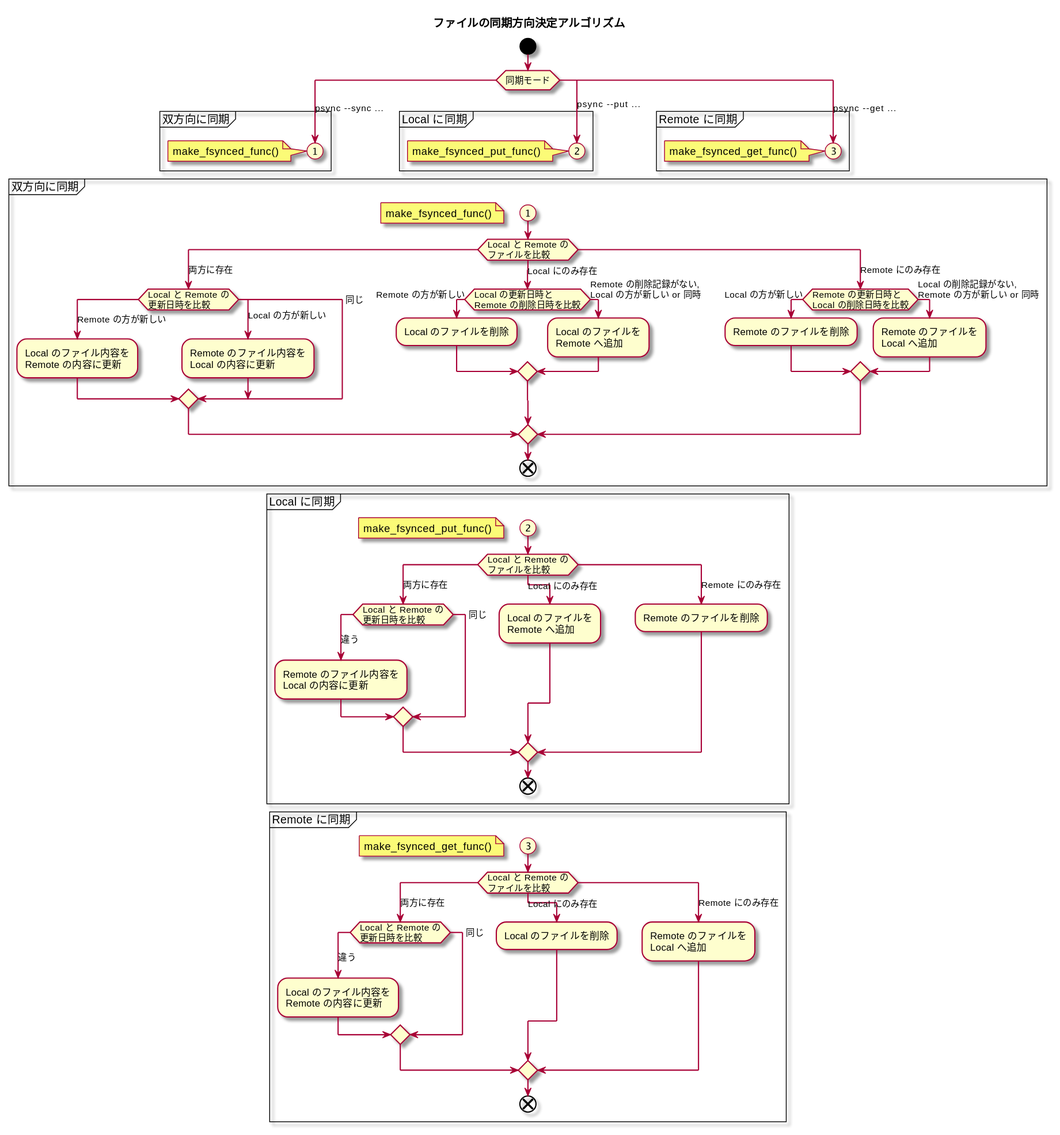
The PlantUML diagram doc/psyncMode.svg in kobayasy/pSync, before a commit. Its diagram source:
```plantuml
@startuml
skin rose
title ファイルの同期方向決定アルゴリズム

start
switch (同期モード)
case (psync --sync ...)
partition "双方向に同期" {
  (1)
  note: make_fsynced_func()
  detach
}
case (psync --put ...)
partition "Local に同期" {
  (2)
  note: make_fsynced_put_func()
  detach
}
case (psync --get ...)
partition "Remote に同期" {
  (3)
  note: make_fsynced_get_func()
  detach
}
endswitch

partition "双方向に同期" {
(1)
floating note: make_fsynced_func()
  switch (Local と Remote の\nファイルを比較)
  case (両方に存在)
    switch (Local と Remote の\n更新日時を比較)
    case (Remote の方が新しい)
      :Local のファイル内容を\nRemote の内容に更新;
    case (Local の方が新しい)
      :Remote のファイル内容を\nLocal の内容に更新;
    case (同じ)
    endswitch
  case (Local にのみ存在)
    if (Local の更新日時と\nRemote の削除日時を比較) then (Remote の方が新しい)
      :Local のファイルを削除;
    else (Remote の削除記録がない,\nLocal の方が新しい or 同時)
      :Local のファイルを\nRemote へ追加;
    endif
  case (Remote にのみ存在)
    if (Remote の更新日時と\nLocal の削除日時を比較) then (Local の方が新しい)
      :Remote のファイルを削除;
    else (Local の削除記録がない,\nRemote の方が新しい or 同時)
      :Remote のファイルを\nLocal へ追加;
    endif
  endswitch
end
}

partition "Local に同期" {
(2)
floating note: make_fsynced_put_func()
  switch (Local と Remote の\nファイルを比較)
  case (両方に存在)
    switch (Local と Remote の\n更新日時を比較)
    case (違う)
      :Remote のファイル内容を\nLocal の内容に更新;
    case (同じ)
    endswitch
  case (Local にのみ存在)
    :Local のファイルを\nRemote へ追加;
  case (Remote にのみ存在)
    :Remote のファイルを削除;
  endswitch
end
}

partition "Remote に同期" {
(3)
floating note: make_fsynced_get_func()
  switch (Local と Remote の\nファイルを比較)
  case (両方に存在)
    switch (Local と Remote の\n更新日時を比較)
    case (違う)
      :Local のファイル内容を\nRemote の内容に更新;
    case (同じ)
    endswitch
  case (Local にのみ存在)
    :Local のファイルを削除;
  case (Remote にのみ存在)
    :Remote のファイルを\nLocal へ追加;
  endswitch
end
}
@enduml
```
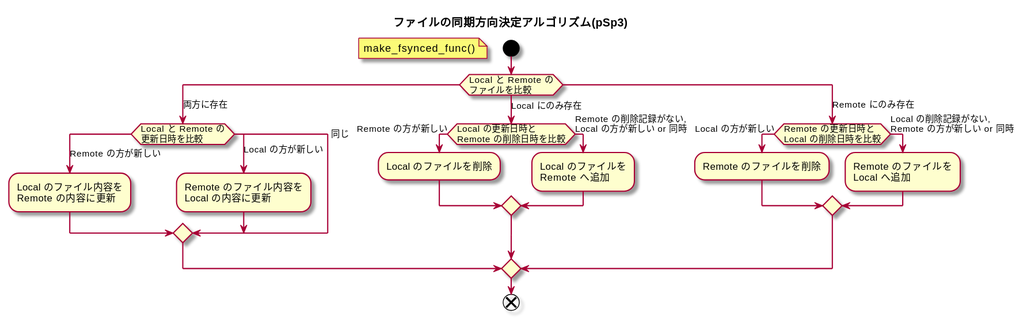
After the commit.

The edit, as a diff of the source:
```diff
@@ -1,31 +1,11 @@
 @startuml
+
+
+title ファイルの同期方向決定アルゴリズム(pSp3)
+
 skin rose
-title ファイルの同期方向決定アルゴリズム
 
 start
-switch (同期モード)
-case (psync --sync ...)
-partition "双方向に同期" {
-  (1)
-  note: make_fsynced_func()
-  detach
-}
-case (psync --put ...)
-partition "Local に同期" {
-  (2)
-  note: make_fsynced_put_func()
-  detach
-}
-case (psync --get ...)
-partition "Remote に同期" {
-  (3)
-  note: make_fsynced_get_func()
-  detach
-}
-endswitch
-
-partition "双方向に同期" {
-(1)
 floating note: make_fsynced_func()
   switch (Local と Remote の\nファイルを比較)
   case (両方に存在)
@@ -50,41 +30,4 @@
     endif
   endswitch
 end
-}
-
-partition "Local に同期" {
-(2)
-floating note: make_fsynced_put_func()
-  switch (Local と Remote の\nファイルを比較)
-  case (両方に存在)
-    switch (Local と Remote の\n更新日時を比較)
-    case (違う)
-      :Remote のファイル内容を\nLocal の内容に更新;
-    case (同じ)
-    endswitch
-  case (Local にのみ存在)
-    :Local のファイルを\nRemote へ追加;
-  case (Remote にのみ存在)
-    :Remote のファイルを削除;
-  endswitch
-end
-}
-
-partition "Remote に同期" {
-(3)
-floating note: make_fsynced_get_func()
-  switch (Local と Remote の\nファイルを比較)
-  case (両方に存在)
-    switch (Local と Remote の\n更新日時を比較)
-    case (違う)
-      :Local のファイル内容を\nRemote の内容に更新;
-    case (同じ)
-    endswitch
-  case (Local にのみ存在)
-    :Local のファイルを削除;
-  case (Remote にのみ存在)
-    :Remote のファイルを\nLocal へ追加;
-  endswitch
-end
-}
 @enduml
```
